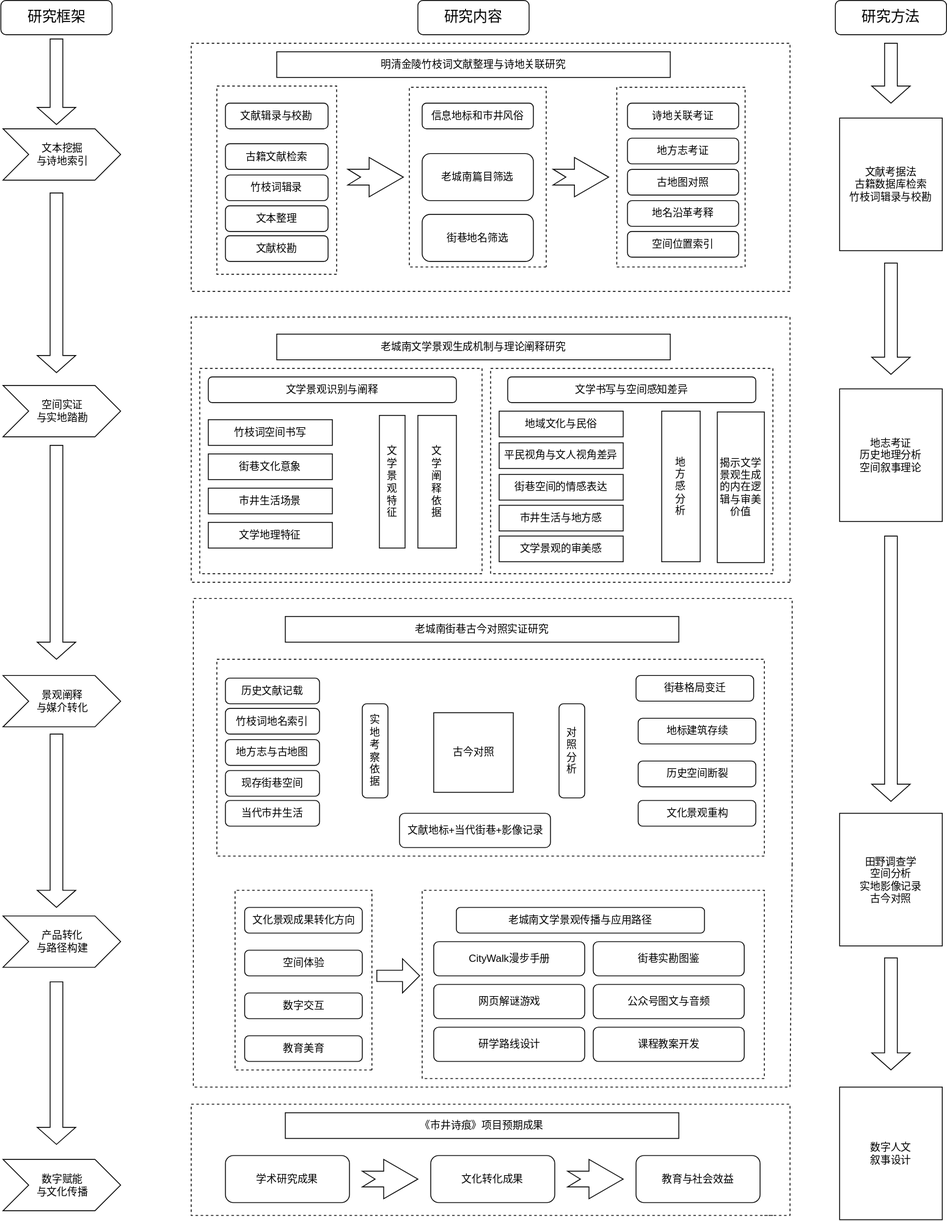
Earlier version of the draw.io export 1.drawio.svg (shuxilin06/ToMyLife2.0). Source tidied: cells renumbered, new cells last; positions are measured from the earlier drawing's top-left corner, leaving out a move shared by most shapes.
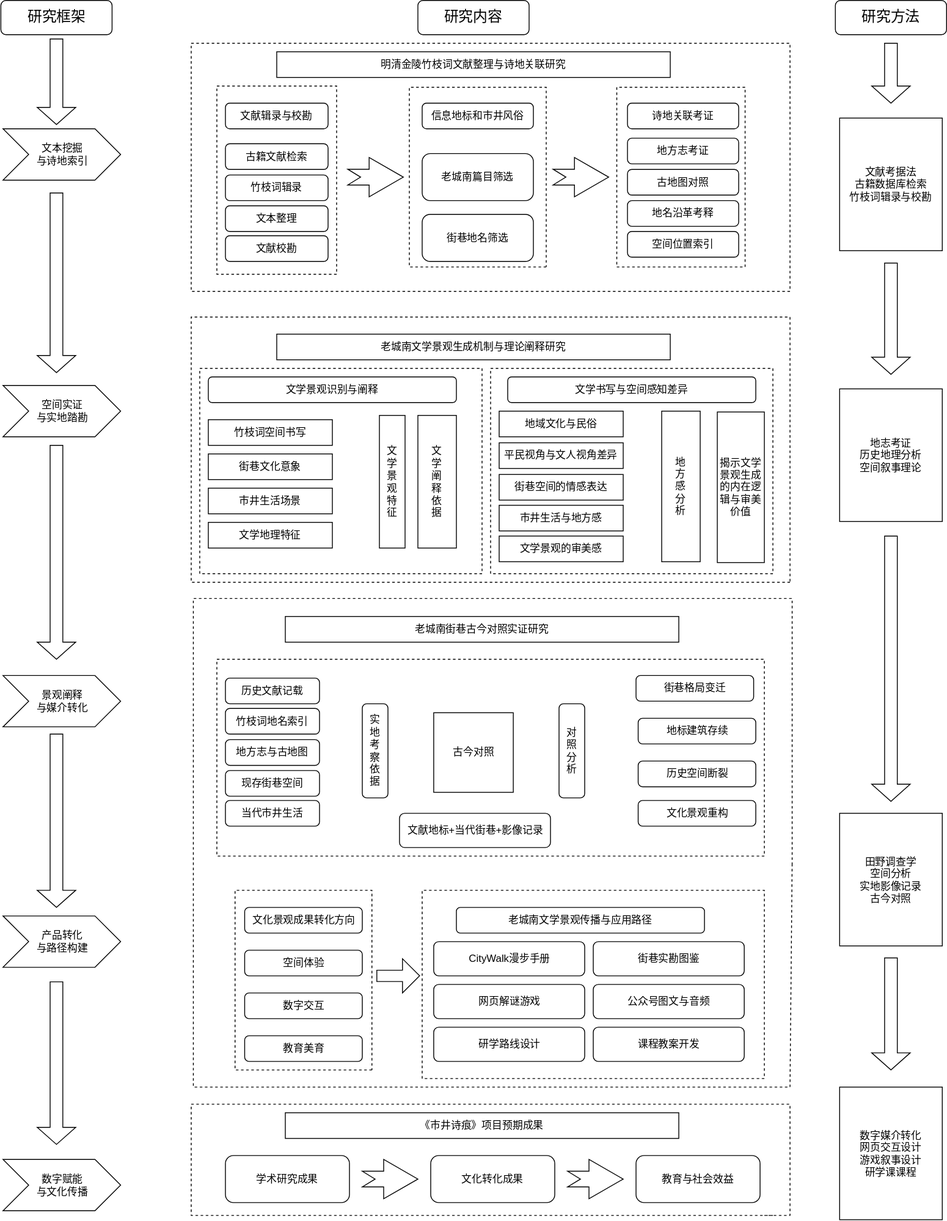
After the change.

The edit, as a diff of the source:
```diff
@@ -408,7 +408,7 @@
     <mxCell id="98" value="田野调查学&lt;div&gt;空间分析&lt;/div&gt;&lt;div&gt;&lt;div&gt;实地影像记录&lt;/div&gt;&lt;/div&gt;&lt;div&gt;古今对照&lt;/div&gt;" style="rounded=0;whiteSpace=wrap;html=1;" parent="1" vertex="1">
       <mxGeometry x="980" y="950" width="120" height="155" as="geometry" />
     </mxCell>
-    <mxCell id="99" value="数字人文&lt;div&gt;叙事设计&lt;/div&gt;" style="rounded=0;whiteSpace=wrap;html=1;" parent="1" vertex="1">
+    <mxCell id="99" value="数字媒介转化&lt;br&gt;&lt;div&gt;网页交互设计&lt;/div&gt;&lt;div&gt;游戏叙事设计&lt;/div&gt;&lt;div&gt;研学课课程&lt;/div&gt;" style="rounded=0;whiteSpace=wrap;html=1;" parent="1" vertex="1">
       <mxGeometry x="980" y="1270" width="120" height="155" as="geometry" />
     </mxCell>
   </root>
```
